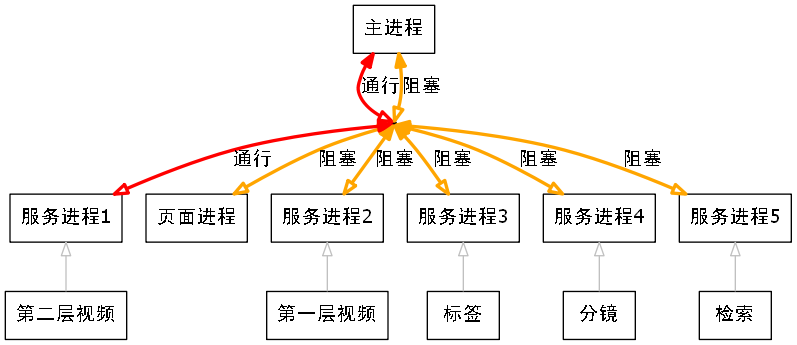
Above: Structure.png in WingDust/Sheer (Graphviz), before the change. Its source is kept beside it as Structure.dot.
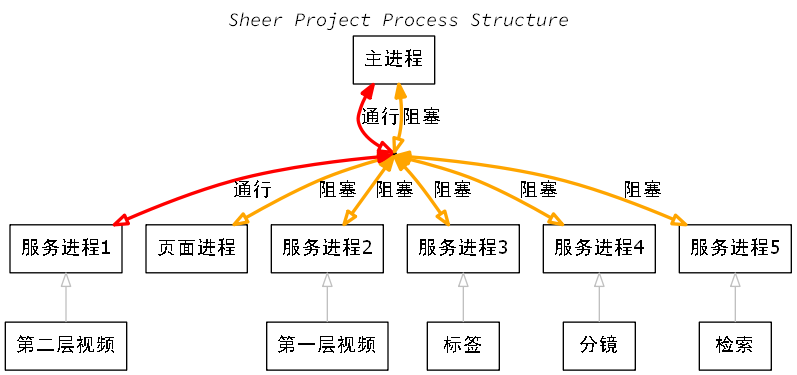
Later version of the same file.

What changed in the source:
```diff
@@ -1,7 +1,12 @@
 digraph Structure {
 
+  graph [compound=true fontname="Source Code Variable ExtraLight Italic"]
   node [color=black,shape=box,fontname="优设好身体" ordering=out];
   edge [ color=gray arrowhead = "empty" fontname="优设好身体"]
+
+
+  labelloc= "t";
+  label="Sheer Project Process Structure";
 
   concentrate=true
 
```
